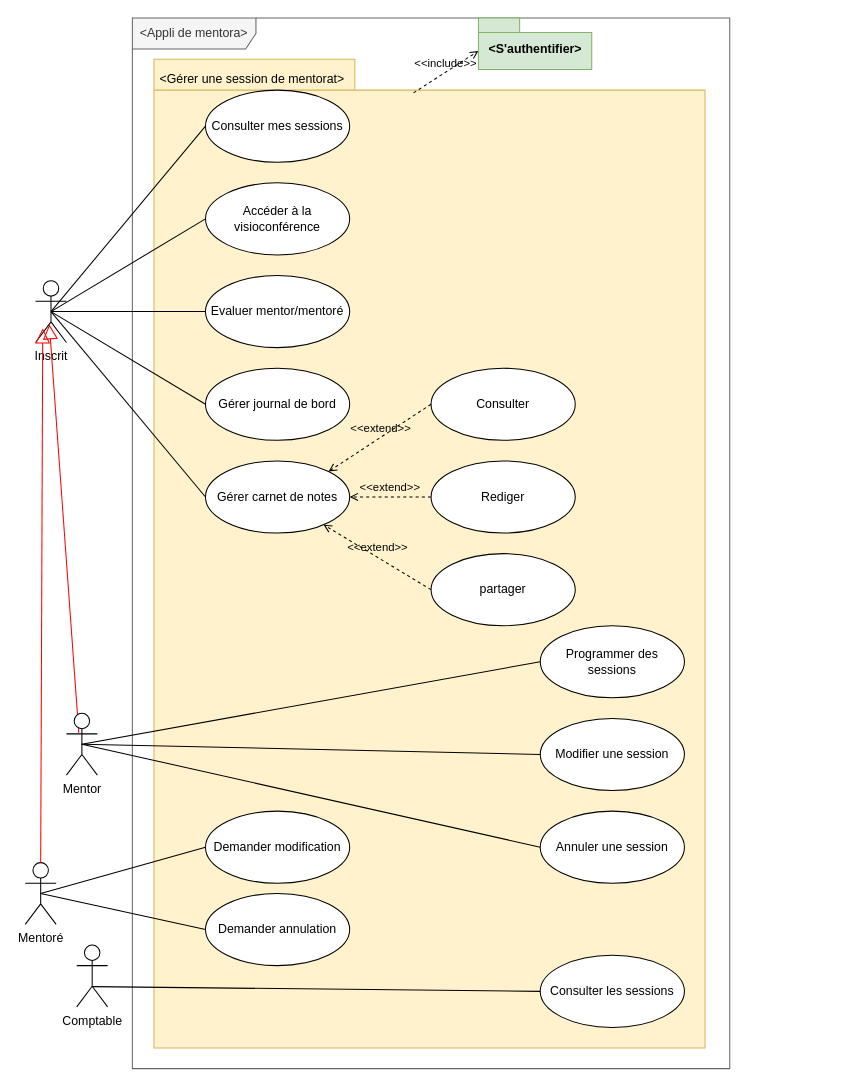
emmo78/Project_ConceptionOfMentorApp keeps this draw.io diagram as page "Gérer une session" (5 of 5) of UseCasesDiagram.drawio. Above is the earlier version. Source tidied: cells renumbered, new cells numbered last; positions are measured from the earlier drawing's top-left corner, leaving out a move shared by most shapes. Both pictures are drawn from the tidied source at 103%, with x=0, y=0 at pixel (25, 18).
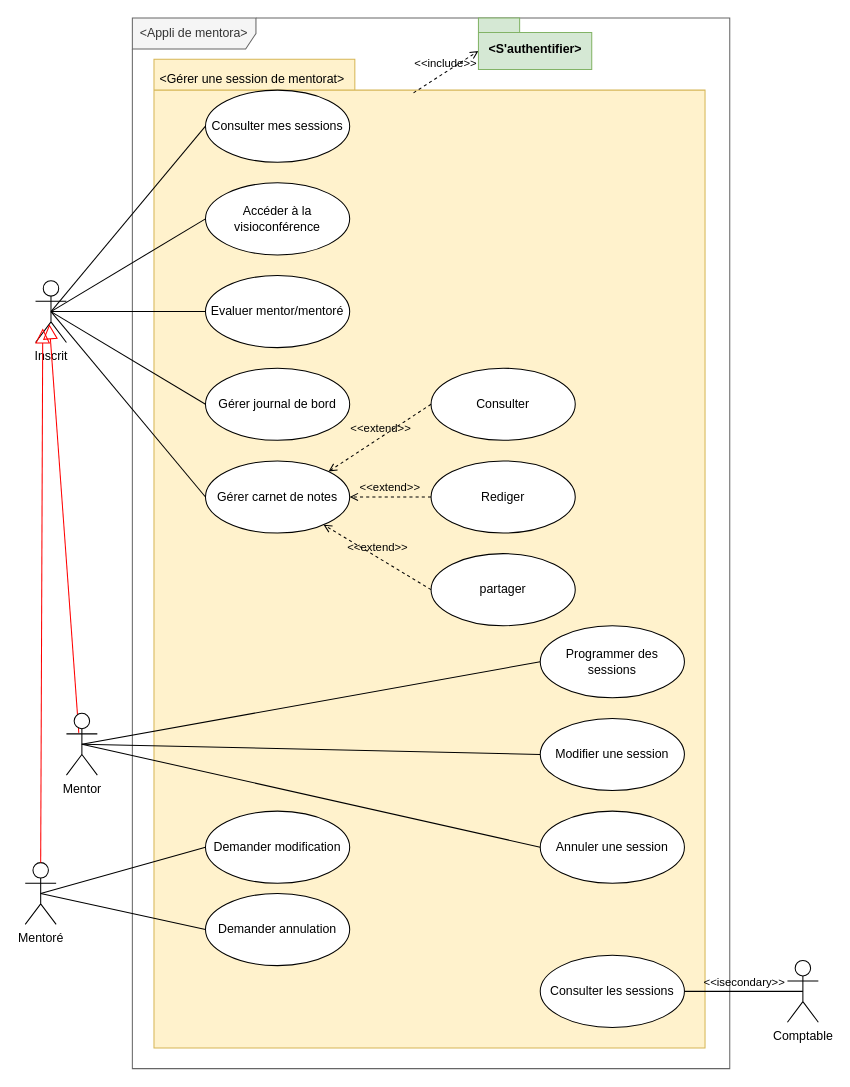
After the change.

The change refers to these unchanged cells:
```xml
<mxCell id="16" value="Consulter les sessions" style="ellipse;whiteSpace=wrap;html=1;" parent="1" vertex="1">
  <mxGeometry x="500" y="910" width="140" height="70" as="geometry" />
</mxCell>
```

What changed in the source:
```diff
@@
-    <mxCell id="17" style="endArrow=none;html=1;entryX=0.513;entryY=0.673;entryDx=0;entryDy=0;entryPerimeter=0;exitX=0;exitY=0.5;exitDx=0;exitDy=0;" parent="1" edge="1" source="16">
-      <mxGeometry relative="1" as="geometry">
-        <mxPoint x="65.4" y="940.4" as="targetPoint" />
-      </mxGeometry>
-    </mxCell>
@@
     <mxCell id="30" value="Comptable" style="shape=umlActor;verticalLabelPosition=bottom;verticalAlign=top;html=1;" parent="1" vertex="1">
-      <mxGeometry x="50" y="900" width="30" height="60" as="geometry" />
+      <mxGeometry x="740" y="915" width="30" height="60" as="geometry" />
     </mxCell>
@@
+    <mxCell id="41" value="&amp;lt;&amp;lt;isecondary&amp;gt;&amp;gt;" style="html=1;verticalAlign=bottom;labelBackgroundColor=none;endArrow=none;endFill=0;entryX=0.5;entryY=0.5;entryDx=0;entryDy=0;entryPerimeter=0;exitX=1;exitY=0.5;exitDx=0;exitDy=0;" parent="1" edge="1" source="16" target="30">
+      <mxGeometry relative="1" as="geometry" />
+    </mxCell>
```
